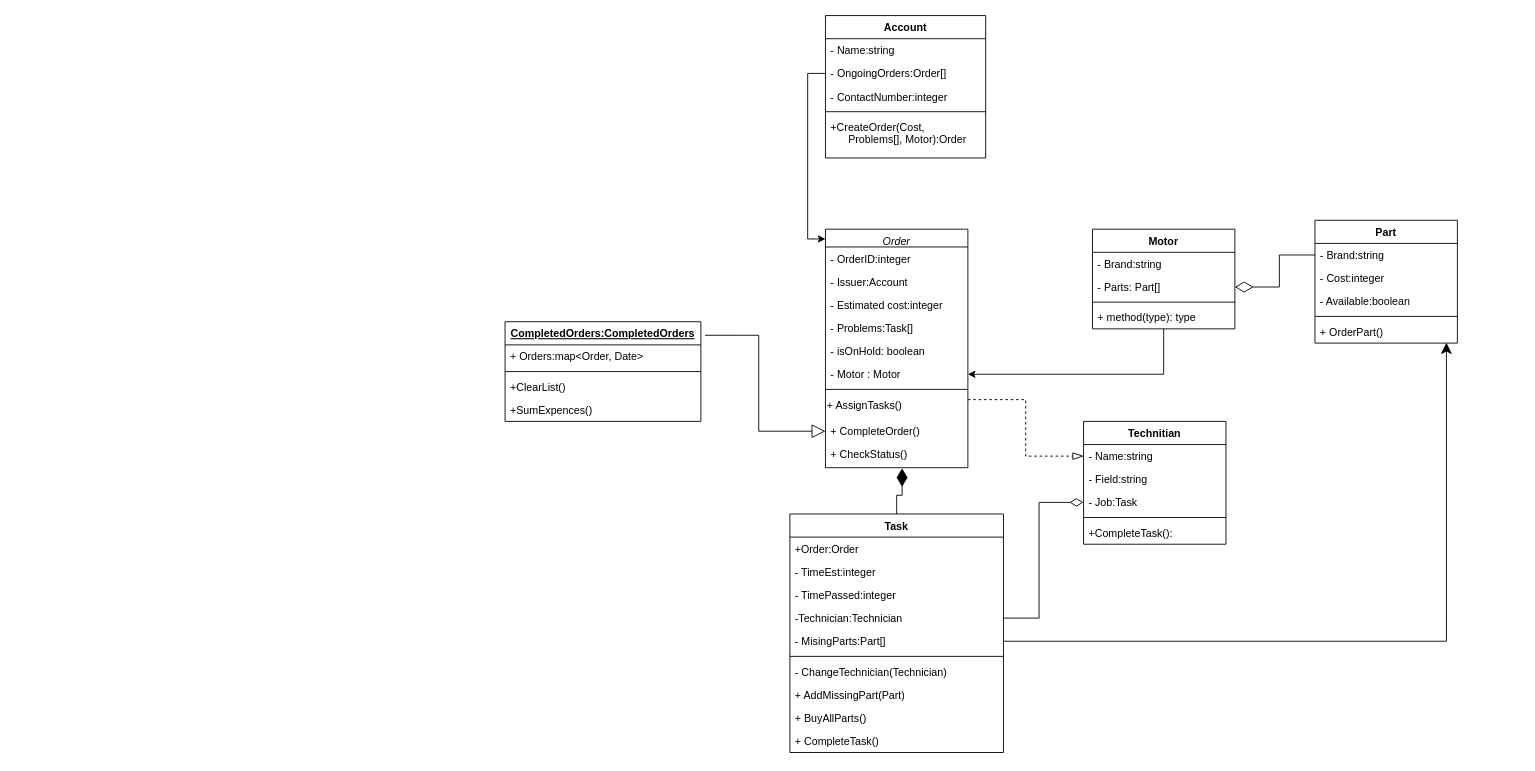
Skydrinka/test keeps this draw.io diagram as Diagrams/SEP diagram.drawio. Above is the earlier version. Source tidied: cells renumbered, new cells numbered last; positions are measured from the earlier drawing's top-left corner, leaving out a move shared by most shapes. Both pictures are drawn from the tidied source at 89%, with x=0, y=0 at pixel (505, 15).
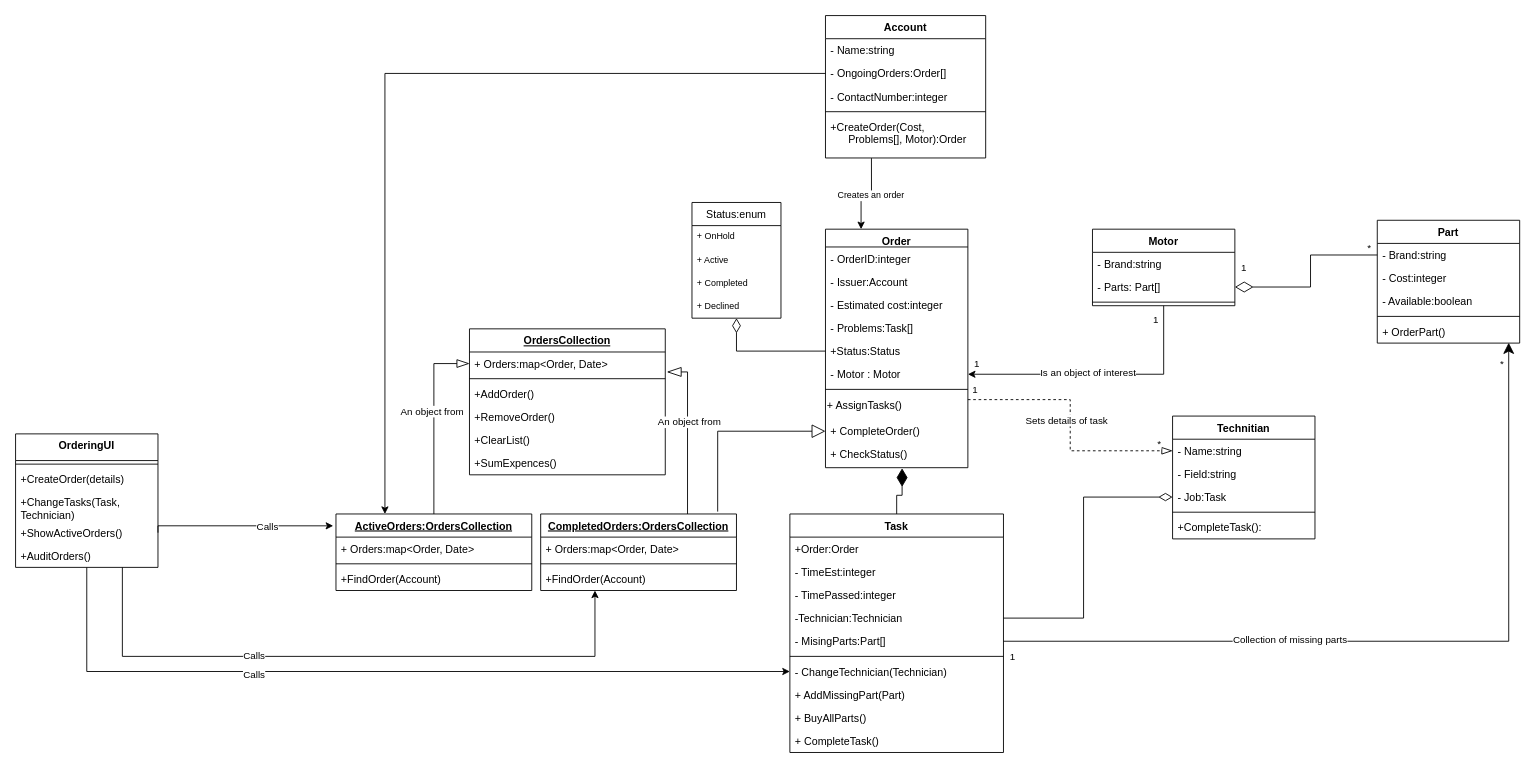
Above is the later version.

The change refers to these unchanged cells:
```xml
<mxCell id="11" value="+ CompleteOrder()" style="text;strokeColor=none;fillColor=none;align=left;verticalAlign=top;spacingLeft=4;spacingRight=4;overflow=hidden;points=[[0,0.5],[1,0.5]];portConstraint=eastwest;" parent="2" vertex="1">
  <mxGeometry y="214" width="160" height="26" as="geometry" />
</mxCell>
<mxCell id="13" style="edgeStyle=orthogonalEdgeStyle;rounded=0;jettySize=auto;html=1;entryX=1;entryY=0.5;entryDx=0;entryDy=0;" parent="1" edge="1" source="14" target="8">
  <mxGeometry relative="1" as="geometry" />
</mxCell>
<mxCell id="31" style="edgeStyle=orthogonalEdgeStyle;rounded=0;jettySize=auto;html=1;exitX=0;exitY=0.5;exitDx=0;exitDy=0;entryX=1;entryY=0.5;entryDx=0;entryDy=0;startArrow=none;startFill=0;endArrow=diamondThin;endFill=0;endSize=18;" parent="1" edge="1" source="26" target="16">
  <mxGeometry relative="1" as="geometry" />
</mxCell>
<mxCell id="40" value="- ChangeTechnician(Technician)" style="text;strokeColor=none;fillColor=none;align=left;verticalAlign=top;spacingLeft=4;spacingRight=4;overflow=hidden;points=[[0,0.5],[1,0.5]];portConstraint=eastwest;" parent="33" vertex="1">
  <mxGeometry y="164" width="240" height="26" as="geometry" />
</mxCell>
<mxCell id="44" style="edgeStyle=orthogonalEdgeStyle;rounded=0;jettySize=auto;html=1;exitX=1;exitY=0.25;exitDx=0;exitDy=0;entryX=0;entryY=0.5;entryDx=0;entryDy=0;startArrow=none;startFill=0;endArrow=blockThin;endFill=0;endSize=10;dashed=1;" parent="1" edge="1" source="10" target="20">
  <mxGeometry relative="1" as="geometry" />
</mxCell>
<mxCell id="46" style="edgeStyle=orthogonalEdgeStyle;rounded=0;jettySize=auto;html=1;exitX=1;exitY=0.5;exitDx=0;exitDy=0;entryX=0.923;entryY=0.984;entryDx=0;entryDy=0;entryPerimeter=0;startArrow=none;startFill=0;endArrow=classic;endFill=1;endSize=10;" parent="1" edge="1" source="38" target="30">
  <mxGeometry relative="1" as="geometry" />
</mxCell>
<mxCell id="55" value="- OngoingOrders:Order[]" style="text;strokeColor=none;fillColor=none;align=left;verticalAlign=top;spacingLeft=4;spacingRight=4;overflow=hidden;points=[[0,0.5],[1,0.5]];portConstraint=eastwest;" parent="53" vertex="1">
  <mxGeometry y="52" width="180" height="26" as="geometry" />
</mxCell>
<mxCell id="58" value="+CreateOrder(Cost, &#10;      Problems[], Motor):Order" style="text;strokeColor=none;fillColor=none;align=left;verticalAlign=top;spacingLeft=4;spacingRight=4;overflow=hidden;points=[[0,0.5],[1,0.5]];portConstraint=eastwest;" parent="53" vertex="1">
  <mxGeometry y="112" width="180" height="48" as="geometry" />
</mxCell>
```

Change to the diagram source:
```diff
@@
+    <mxCell id="60" style="edgeStyle=orthogonalEdgeStyle;rounded=0;jettySize=auto;html=1;exitX=0.25;exitY=0;exitDx=0;exitDy=0;entryX=0.287;entryY=1.004;entryDx=0;entryDy=0;entryPerimeter=0;fontSize=10;startArrow=classic;startFill=1;endArrow=none;endFill=0;startSize=6;" parent="1" edge="1" source="2" target="58">
+      <mxGeometry relative="1" as="geometry" />
+    </mxCell>
+    <mxCell id="61" value="Creates an order" style="edgeLabel;html=1;align=center;verticalAlign=middle;fontSize=10;" parent="60" vertex="1">
+      <mxGeometry x="-0.15" y="2" relative="1" as="geometry">
+        <mxPoint x="12" as="offset" />
+      </mxGeometry>
+    </mxCell>
-    <mxCell id="2" value="Order" style="swimlane;fontStyle=2;align=center;verticalAlign=top;horizontal=1;startSize=20;rounded=0;shadow=0;strokeWidth=1;" parent="1" vertex="1">
+    <mxCell id="2" value="Order" style="swimlane;fontStyle=1;align=center;verticalAlign=top;horizontal=1;startSize=20;rounded=0;shadow=0;strokeWidth=1;" parent="1" vertex="1">
       <mxGeometry x="360" y="240" width="160" height="268" as="geometry" />
     </mxCell>
@@
-    <mxCell id="7" value="- isOnHold: boolean" style="text;strokeColor=none;fillColor=none;align=left;verticalAlign=top;spacingLeft=4;spacingRight=4;overflow=hidden;" parent="2" vertex="1">
-      <mxGeometry y="124" width="160" height="26" as="geometry" />
-    </mxCell>
+    <mxCell id="62" value="+Status:Status" style="text;strokeColor=none;fillColor=none;align=left;verticalAlign=top;spacingLeft=4;spacingRight=4;overflow=hidden;points=[[0,0.5],[1,0.5]];portConstraint=eastwest;" parent="2" vertex="1">
+      <mxGeometry y="124" width="160" height="26" as="geometry" />
+    </mxCell>
@@
+    <mxCell id="63" value="Is an object of interest" style="edgeLabel;html=1;align=center;verticalAlign=middle;" parent="13" vertex="1">
+      <mxGeometry x="0.1" y="-2" relative="1" as="geometry" />
+    </mxCell>
+    <mxCell id="64" value="1" style="edgeLabel;html=1;align=center;verticalAlign=middle;" parent="13" vertex="1">
+      <mxGeometry x="-0.86" y="2" relative="1" as="geometry">
+        <mxPoint x="-12" y="-6" as="offset" />
+      </mxGeometry>
+    </mxCell>
+    <mxCell id="65" value="1" style="edgeLabel;html=1;align=center;verticalAlign=middle;" parent="13" vertex="1">
+      <mxGeometry x="0.83" y="2" relative="1" as="geometry">
+        <mxPoint x="-16" y="-15" as="offset" />
+      </mxGeometry>
+    </mxCell>
     <mxCell id="14" value="Motor" style="swimlane;fontStyle=1;align=center;verticalAlign=top;horizontal=1;startSize=26;" parent="1" vertex="1">
-      <mxGeometry x="660" y="240" width="160" height="112" as="geometry" />
+      <mxGeometry x="660" y="240" width="160" height="86" as="geometry" />
     </mxCell>
@@
-    <mxCell id="18" value="+ method(type): type" style="text;strokeColor=none;fillColor=none;align=left;verticalAlign=top;spacingLeft=4;spacingRight=4;overflow=hidden;" parent="14" vertex="1">
-      <mxGeometry y="86" width="160" height="26" as="geometry" />
-    </mxCell>
     <mxCell id="19" value="Technitian" style="swimlane;fontStyle=1;align=center;verticalAlign=top;horizontal=1;startSize=26;" parent="1" vertex="1">
-      <mxGeometry x="650" y="456" width="160" height="138" as="geometry" />
+      <mxGeometry x="750" y="450" width="160" height="138" as="geometry" />
     </mxCell>
@@
     <mxCell id="25" value="Part" style="swimlane;fontStyle=1;align=center;verticalAlign=top;horizontal=1;startSize=26;" parent="1" vertex="1">
-      <mxGeometry x="910" y="230" width="160" height="138" as="geometry" />
+      <mxGeometry x="980" y="230" width="160" height="138" as="geometry" />
     </mxCell>
@@
+    <mxCell id="66" value="1" style="edgeLabel;html=1;align=center;verticalAlign=middle;" parent="31" vertex="1">
+      <mxGeometry x="0.74" relative="1" as="geometry">
+        <mxPoint x="-16" y="-22" as="offset" />
+      </mxGeometry>
+    </mxCell>
+    <mxCell id="67" value="*" style="edgeLabel;html=1;align=center;verticalAlign=middle;" parent="31" vertex="1">
+      <mxGeometry x="-0.66" y="1" relative="1" as="geometry">
+        <mxPoint x="23" y="-10" as="offset" />
+      </mxGeometry>
+    </mxCell>
@@
+    <mxCell id="68" value="Sets details of task" style="edgeLabel;html=1;align=center;verticalAlign=middle;" parent="44" vertex="1">
+      <mxGeometry x="-0.45" y="-1" relative="1" as="geometry">
+        <mxPoint x="31" y="22" as="offset" />
+      </mxGeometry>
+    </mxCell>
+    <mxCell id="69" value="1" style="edgeLabel;html=1;align=center;verticalAlign=middle;" parent="44" vertex="1">
+      <mxGeometry x="-0.95" y="-2" relative="1" as="geometry">
+        <mxPoint y="-13" as="offset" />
+      </mxGeometry>
+    </mxCell>
+    <mxCell id="70" value="*" style="edgeLabel;html=1;align=center;verticalAlign=middle;" parent="44" vertex="1">
+      <mxGeometry x="0.89" y="-1" relative="1" as="geometry">
+        <mxPoint y="-10" as="offset" />
+      </mxGeometry>
+    </mxCell>
@@
+    <mxCell id="71" value="Collection of missing parts" style="edgeLabel;html=1;align=center;verticalAlign=middle;" parent="46" vertex="1">
+      <mxGeometry x="-0.29" y="2" relative="1" as="geometry" />
+    </mxCell>
+    <mxCell id="72" value="1" style="edgeLabel;html=1;align=center;verticalAlign=middle;" parent="46" vertex="1">
+      <mxGeometry x="-0.95" y="-2" relative="1" as="geometry">
+        <mxPoint x="-14" y="15" as="offset" />
+      </mxGeometry>
+    </mxCell>
+    <mxCell id="73" value="*" style="edgeLabel;html=1;align=center;verticalAlign=middle;" parent="46" vertex="1">
+      <mxGeometry x="0.87" y="3" relative="1" as="geometry">
+        <mxPoint x="-5" y="-36" as="offset" />
+      </mxGeometry>
+    </mxCell>
-    <mxCell id="47" value="CompletedOrders:CompletedOrders" style="swimlane;fontStyle=5;align=center;verticalAlign=top;horizontal=1;startSize=26;" parent="1" vertex="1">
-      <mxGeometry y="344" width="220" height="112" as="geometry" />
+    <mxCell id="47" value="CompletedOrders:OrdersCollection" style="swimlane;fontStyle=5;align=center;verticalAlign=top;horizontal=1;startSize=26;" parent="1" vertex="1">
+      <mxGeometry x="40" y="560" width="220" height="86" as="geometry" />
     </mxCell>
@@
-    <mxCell id="50" value="+ClearList()" style="text;strokeColor=none;fillColor=none;align=left;verticalAlign=top;spacingLeft=4;spacingRight=4;overflow=hidden;points=[[0,0.5],[1,0.5]];portConstraint=eastwest;" parent="47" vertex="1">
+    <mxCell id="50" value="+FindOrder(Account)" style="text;strokeColor=none;fillColor=none;align=left;verticalAlign=top;spacingLeft=4;spacingRight=4;overflow=hidden;points=[[0,0.5],[1,0.5]];portConstraint=eastwest;" parent="47" vertex="1">
       <mxGeometry y="60" width="220" height="26" as="geometry" />
     </mxCell>
-    <mxCell id="51" value="+SumExpences()" style="text;strokeColor=none;fillColor=none;align=left;verticalAlign=top;spacingLeft=4;spacingRight=4;overflow=hidden;" parent="47" vertex="1">
-      <mxGeometry y="86" width="220" height="26" as="geometry" />
-    </mxCell>
-    <mxCell id="52" style="edgeStyle=orthogonalEdgeStyle;rounded=0;jettySize=auto;html=1;exitX=0;exitY=0.5;exitDx=0;exitDy=0;entryX=1.021;entryY=0.136;entryDx=0;entryDy=0;entryPerimeter=0;endArrow=none;endFill=0;startArrow=block;startFill=0;strokeWidth=1;jumpSize=6;endSize=6;startSize=13;" parent="1" edge="1" source="11" target="47">
+    <mxCell id="52" style="edgeStyle=orthogonalEdgeStyle;rounded=0;jettySize=auto;html=1;exitX=0;exitY=0.5;exitDx=0;exitDy=0;entryX=0.904;entryY=-0.031;entryDx=0;entryDy=0;entryPerimeter=0;endArrow=none;endFill=0;startArrow=block;startFill=0;strokeWidth=1;jumpSize=6;endSize=6;startSize=13;" parent="1" edge="1" source="11" target="47">
       <mxGeometry relative="1" as="geometry" />
     </mxCell>
@@
-    <mxCell id="59" style="edgeStyle=orthogonalEdgeStyle;rounded=0;jettySize=auto;html=1;entryX=0;entryY=0.041;entryDx=0;entryDy=0;entryPerimeter=0;" parent="1" edge="1" source="55" target="2">
+    <mxCell id="59" style="edgeStyle=orthogonalEdgeStyle;rounded=0;jettySize=auto;html=1;entryX=0.25;entryY=0;entryDx=0;entryDy=0;" parent="1" edge="1" source="55" target="90">
       <mxGeometry relative="1" as="geometry" />
     </mxCell>
+    <mxCell id="74" style="edgeStyle=orthogonalEdgeStyle;rounded=0;jettySize=auto;html=1;exitX=0.75;exitY=1;exitDx=0;exitDy=0;" parent="1" edge="1" source="78" target="50">
+      <mxGeometry relative="1" as="geometry">
+        <Array as="points">
+          <mxPoint x="-430" y="720" />
+          <mxPoint x="101" y="720" />
+        </Array>
+      </mxGeometry>
+    </mxCell>
+    <mxCell id="75" value="Calls" style="edgeLabel;html=1;align=center;verticalAlign=middle;" parent="74" vertex="1">
+      <mxGeometry x="-0.3" y="1" relative="1" as="geometry" />
+    </mxCell>
+    <mxCell id="76" style="edgeStyle=orthogonalEdgeStyle;rounded=0;jettySize=auto;html=1;entryX=0;entryY=0.5;entryDx=0;entryDy=0;" parent="1" edge="1" source="83" target="40">
+      <mxGeometry relative="1" as="geometry">
+        <Array as="points">
+          <mxPoint x="-470" y="737" />
+        </Array>
+      </mxGeometry>
+    </mxCell>
+    <mxCell id="77" value="Calls" style="edgeLabel;html=1;align=center;verticalAlign=middle;" parent="76" vertex="1">
+      <mxGeometry x="-0.33" y="-3" relative="1" as="geometry" />
+    </mxCell>
+    <mxCell id="78" value="OrderingUI" style="swimlane;fontStyle=1;align=center;verticalAlign=top;horizontal=1;startSize=30;" parent="1" vertex="1">
+      <mxGeometry x="-550" y="470" width="160" height="150" as="geometry" />
+    </mxCell>
+    <mxCell id="79" style="line;strokeWidth=1;fillColor=none;align=left;verticalAlign=middle;spacingTop=-1;spacingLeft=3;spacingRight=3;labelPosition=right;" parent="78" vertex="1">
+      <mxGeometry y="30" width="160" height="8" as="geometry" />
+    </mxCell>
+    <mxCell id="80" value="+CreateOrder(details)" style="text;strokeColor=none;fillColor=none;align=left;verticalAlign=top;spacingLeft=4;spacingRight=4;overflow=hidden;" parent="78" vertex="1">
+      <mxGeometry y="38" width="160" height="26" as="geometry" />
+    </mxCell>
+    <mxCell id="81" value="+ChangeTasks(Task, Technician)" style="text;strokeColor=none;fillColor=none;align=left;verticalAlign=top;spacingLeft=4;spacingRight=4;overflow=hidden;whiteSpace=wrap;" parent="78" vertex="1">
+      <mxGeometry y="64" width="160" height="34" as="geometry" />
+    </mxCell>
+    <mxCell id="82" value="+ShowActiveOrders()" style="text;strokeColor=none;fillColor=none;align=left;verticalAlign=top;spacingLeft=4;spacingRight=4;overflow=hidden;points=[[0,0.5],[1,0.5]];portConstraint=eastwest;" parent="78" vertex="1">
+      <mxGeometry y="98" width="160" height="26" as="geometry" />
+    </mxCell>
+    <mxCell id="83" value="+AuditOrders()" style="text;strokeColor=none;fillColor=none;align=left;verticalAlign=top;spacingLeft=4;spacingRight=4;overflow=hidden;points=[[0,0.5],[1,0.5]];portConstraint=eastwest;" parent="78" vertex="1">
+      <mxGeometry y="124" width="160" height="26" as="geometry" />
+    </mxCell>
+    <mxCell id="84" value="OrdersCollection" style="swimlane;fontStyle=5;align=center;verticalAlign=top;horizontal=1;startSize=26;" parent="1" vertex="1">
+      <mxGeometry x="-40" y="352" width="220" height="164" as="geometry" />
+    </mxCell>
+    <mxCell id="85" value="+ Orders:map&lt;Order, Date&gt;" style="text;strokeColor=none;fillColor=none;align=left;verticalAlign=top;spacingLeft=4;spacingRight=4;overflow=hidden;points=[[0,0.5],[1,0.5]];portConstraint=eastwest;" parent="84" vertex="1">
+      <mxGeometry y="26" width="220" height="26" as="geometry" />
+    </mxCell>
+    <mxCell id="86" style="line;strokeWidth=1;fillColor=none;align=left;verticalAlign=middle;spacingTop=-1;spacingLeft=3;spacingRight=3;labelPosition=right;" parent="84" vertex="1">
+      <mxGeometry y="52" width="220" height="8" as="geometry" />
+    </mxCell>
+    <mxCell id="87" value="+AddOrder()" style="text;strokeColor=none;fillColor=none;align=left;verticalAlign=top;spacingLeft=4;spacingRight=4;overflow=hidden;" parent="84" vertex="1">
+      <mxGeometry y="60" width="220" height="26" as="geometry" />
+    </mxCell>
+    <mxCell id="88" value="+RemoveOrder()" style="text;strokeColor=none;fillColor=none;align=left;verticalAlign=top;spacingLeft=4;spacingRight=4;overflow=hidden;" parent="84" vertex="1">
+      <mxGeometry y="86" width="220" height="26" as="geometry" />
+    </mxCell>
+    <mxCell id="89" value="+ClearList()" style="text;strokeColor=none;fillColor=none;align=left;verticalAlign=top;spacingLeft=4;spacingRight=4;overflow=hidden;" parent="84" vertex="1">
+      <mxGeometry y="112" width="220" height="26" as="geometry" />
+    </mxCell>
+    <mxCell id="51" value="+SumExpences()" style="text;strokeColor=none;fillColor=none;align=left;verticalAlign=top;spacingLeft=4;spacingRight=4;overflow=hidden;" parent="84" vertex="1">
+      <mxGeometry y="138" width="220" height="26" as="geometry" />
+    </mxCell>
+    <mxCell id="90" value="ActiveOrders:OrdersCollection" style="swimlane;fontStyle=5;align=center;verticalAlign=top;horizontal=1;startSize=26;" parent="1" vertex="1">
+      <mxGeometry x="-190" y="560" width="220" height="86" as="geometry" />
+    </mxCell>
+    <mxCell id="91" value="+ Orders:map&lt;Order, Date&gt;" style="text;strokeColor=none;fillColor=none;align=left;verticalAlign=top;spacingLeft=4;spacingRight=4;overflow=hidden;" parent="90" vertex="1">
+      <mxGeometry y="26" width="220" height="26" as="geometry" />
+    </mxCell>
+    <mxCell id="92" style="line;strokeWidth=1;fillColor=none;align=left;verticalAlign=middle;spacingTop=-1;spacingLeft=3;spacingRight=3;labelPosition=right;" parent="90" vertex="1">
+      <mxGeometry y="52" width="220" height="8" as="geometry" />
+    </mxCell>
+    <mxCell id="93" value="+FindOrder(Account)" style="text;strokeColor=none;fillColor=none;align=left;verticalAlign=top;spacingLeft=4;spacingRight=4;overflow=hidden;" parent="90" vertex="1">
+      <mxGeometry y="60" width="220" height="26" as="geometry" />
+    </mxCell>
+    <mxCell id="94" style="edgeStyle=orthogonalEdgeStyle;rounded=0;jettySize=auto;html=1;exitX=0;exitY=0.5;exitDx=0;exitDy=0;endArrow=none;endFill=0;startArrow=blockThin;startFill=0;startSize=12;" parent="1" edge="1" source="85" target="90">
+      <mxGeometry relative="1" as="geometry" />
+    </mxCell>
+    <mxCell id="95" value="An object from" style="edgeLabel;html=1;align=center;verticalAlign=middle;" parent="94" vertex="1">
+      <mxGeometry x="-0.11" y="-3" relative="1" as="geometry" />
+    </mxCell>
+    <mxCell id="96" style="edgeStyle=orthogonalEdgeStyle;rounded=0;jettySize=auto;html=1;exitX=1.008;exitY=0.863;exitDx=0;exitDy=0;entryX=0.75;entryY=0;entryDx=0;entryDy=0;endArrow=none;endFill=0;startArrow=blockThin;startFill=0;startSize=14;exitPerimeter=0;" parent="1" edge="1" source="85" target="47">
+      <mxGeometry relative="1" as="geometry">
+        <Array as="points">
+          <mxPoint x="205" y="400" />
+        </Array>
+      </mxGeometry>
+    </mxCell>
+    <mxCell id="97" value="An object from" style="edgeLabel;html=1;align=center;verticalAlign=middle;" parent="96" vertex="1">
+      <mxGeometry x="-0.14" y="1" relative="1" as="geometry" />
+    </mxCell>
+    <mxCell id="98" style="edgeStyle=orthogonalEdgeStyle;rounded=0;jettySize=auto;html=1;exitX=1;exitY=0.5;exitDx=0;exitDy=0;entryX=-0.014;entryY=0.155;entryDx=0;entryDy=0;entryPerimeter=0;" parent="1" edge="1" source="82" target="90">
+      <mxGeometry relative="1" as="geometry">
+        <Array as="points">
+          <mxPoint x="-390" y="573" />
+        </Array>
+      </mxGeometry>
+    </mxCell>
+    <mxCell id="99" value="Calls" style="edgeLabel;html=1;align=center;verticalAlign=middle;" parent="98" vertex="1">
+      <mxGeometry x="0.27" relative="1" as="geometry" />
+    </mxCell>
+    <mxCell id="100" style="edgeStyle=orthogonalEdgeStyle;rounded=0;jettySize=auto;html=1;entryX=0;entryY=0.5;entryDx=0;entryDy=0;fontSize=10;startArrow=diamondThin;startFill=0;endArrow=none;endFill=0;startSize=14;" parent="1" edge="1" source="101" target="62">
+      <mxGeometry relative="1" as="geometry" />
+    </mxCell>
+    <mxCell id="101" value="Status:enum" style="swimlane;fontStyle=0;horizontal=1;startSize=26;fillColor=none;fontSize=12;" parent="1" vertex="1">
+      <mxGeometry x="210" y="210" width="100" height="130" as="geometry" />
+    </mxCell>
+    <mxCell id="102" value="+ OnHold" style="text;strokeColor=none;fillColor=none;align=left;verticalAlign=top;spacingLeft=4;spacingRight=4;overflow=hidden;fontSize=10;" parent="101" vertex="1">
+      <mxGeometry y="26" width="100" height="26" as="geometry" />
+    </mxCell>
+    <mxCell id="103" value="+ Active" style="text;strokeColor=none;fillColor=none;align=left;verticalAlign=top;spacingLeft=4;spacingRight=4;overflow=hidden;fontSize=10;" parent="101" vertex="1">
+      <mxGeometry y="52" width="100" height="26" as="geometry" />
+    </mxCell>
+    <mxCell id="104" value="+ Completed" style="text;strokeColor=none;fillColor=none;align=left;verticalAlign=top;spacingLeft=4;spacingRight=4;overflow=hidden;fontSize=10;" parent="101" vertex="1">
+      <mxGeometry y="78" width="100" height="26" as="geometry" />
+    </mxCell>
+    <mxCell id="105" value="+ Declined" style="text;strokeColor=none;fillColor=none;align=left;verticalAlign=top;spacingLeft=4;spacingRight=4;overflow=hidden;fontSize=10;" parent="101" vertex="1">
+      <mxGeometry y="104" width="100" height="26" as="geometry" />
+    </mxCell>
```
